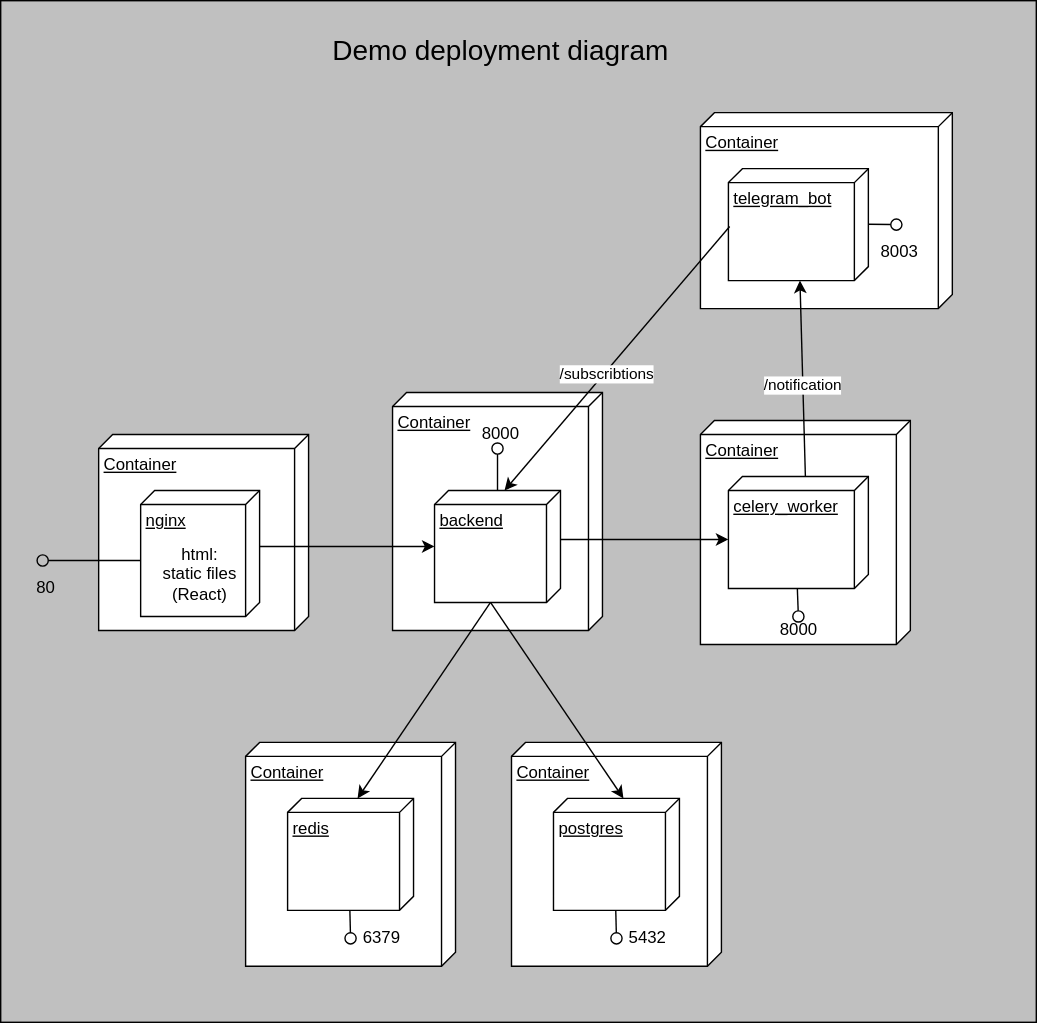
vadzimk/instant-messaging keeps this draw.io diagram as Diagram.svg. Above is the earlier version. Source tidied: cells renumbered, new cells last; positions are measured from the earlier drawing's top-left corner, leaving out a move shared by most shapes.
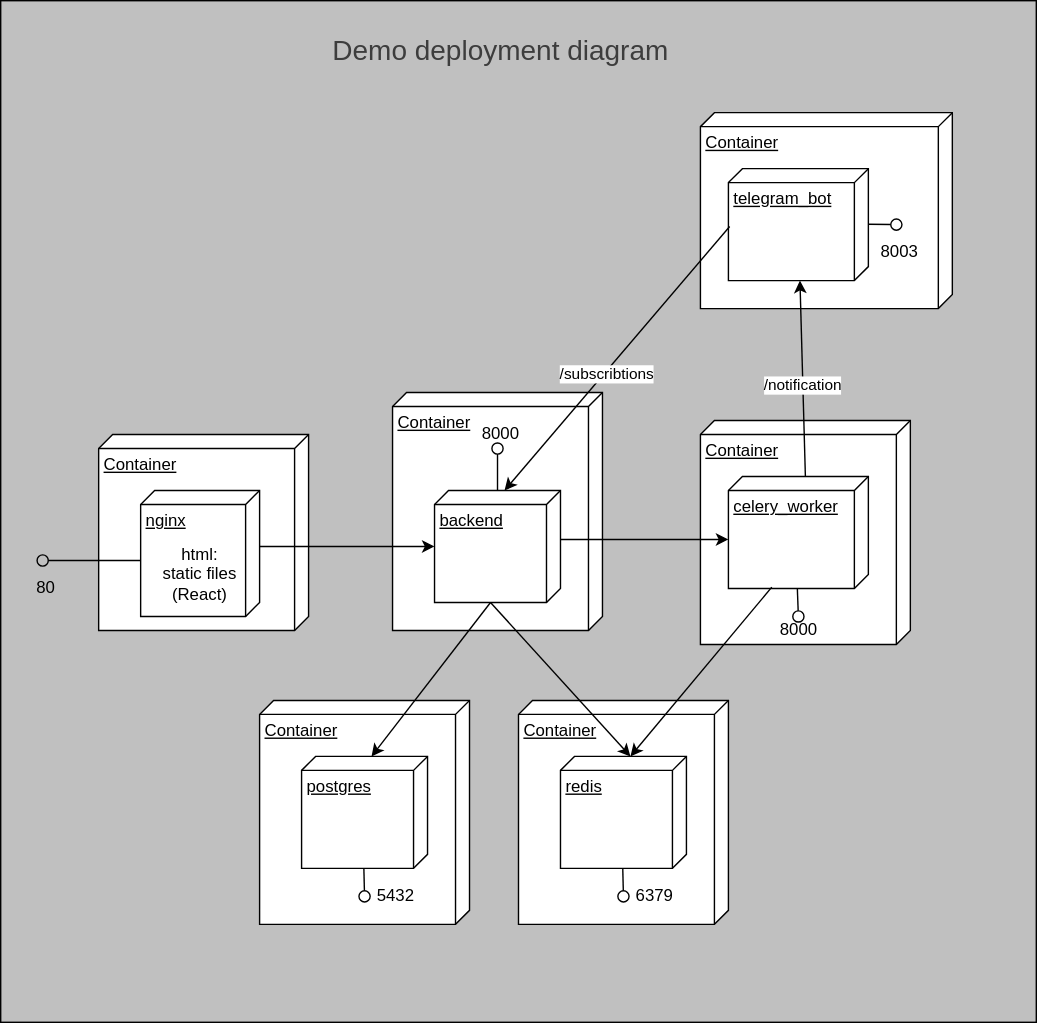
After the change.

What changed in the source:
```diff
@@ -6,16 +6,16 @@
       <mxGeometry width="740" height="730" as="geometry" />
     </mxCell>
     <mxCell id="3" value="Container" style="verticalAlign=top;align=left;spacingTop=8;spacingLeft=2;spacingRight=12;shape=cube;size=10;direction=south;fontStyle=4;html=1;" parent="1" vertex="1">
-      <mxGeometry x="175" y="530" width="150" height="160" as="geometry" />
+      <mxGeometry x="370" y="500" width="150" height="160" as="geometry" />
     </mxCell>
     <mxCell id="4" value="redis" style="verticalAlign=top;align=left;spacingTop=8;spacingLeft=2;spacingRight=12;shape=cube;size=10;direction=south;fontStyle=4;html=1;" parent="1" vertex="1">
-      <mxGeometry x="205" y="570" width="90" height="80" as="geometry" />
+      <mxGeometry x="400" y="540" width="90" height="80" as="geometry" />
     </mxCell>
     <mxCell id="5" value="Container" style="verticalAlign=top;align=left;spacingTop=8;spacingLeft=2;spacingRight=12;shape=cube;size=10;direction=south;fontStyle=4;html=1;" parent="1" vertex="1">
-      <mxGeometry x="365" y="530" width="150" height="160" as="geometry" />
+      <mxGeometry x="185" y="500" width="150" height="160" as="geometry" />
     </mxCell>
     <mxCell id="6" value="postgres" style="verticalAlign=top;align=left;spacingTop=8;spacingLeft=2;spacingRight=12;shape=cube;size=10;direction=south;fontStyle=4;html=1;" parent="1" vertex="1">
-      <mxGeometry x="395" y="570" width="90" height="80" as="geometry" />
+      <mxGeometry x="215" y="540" width="90" height="80" as="geometry" />
     </mxCell>
     <mxCell id="7" value="Container" style="verticalAlign=top;align=left;spacingTop=8;spacingLeft=2;spacingRight=12;shape=cube;size=10;direction=south;fontStyle=4;html=1;" parent="1" vertex="1">
       <mxGeometry x="70" y="310" width="150" height="140" as="geometry" />
@@ -65,7 +65,7 @@
     <mxCell id="22" style="endArrow=classic;html=1;rounded=0;entryX=0;entryY=0;entryDx=0;entryDy=40;entryPerimeter=0;exitX=0;exitY=0;exitDx=80;exitDy=50;exitPerimeter=0;" parent="1" edge="1" source="11" target="6">
       <mxGeometry relative="1" as="geometry" />
     </mxCell>
-    <mxCell id="23" style="endArrow=classic;html=1;rounded=0;entryX=0;entryY=0;entryDx=0;entryDy=40;entryPerimeter=0;exitX=0;exitY=0;exitDx=80;exitDy=50;exitPerimeter=0;" parent="1" edge="1" source="11" target="4">
+    <mxCell id="23" style="endArrow=classic;html=1;rounded=0;exitX=0;exitY=0;exitDx=80;exitDy=50;exitPerimeter=0;entryX=0;entryY=0;entryDx=0;entryDy=40;entryPerimeter=0;" parent="1" edge="1" source="11" target="4">
       <mxGeometry relative="1" as="geometry" />
     </mxCell>
     <mxCell id="24" style="html=1;verticalAlign=bottom;labelBackgroundColor=none;endArrow=oval;endFill=0;endSize=8;rounded=0;exitX=0;exitY=0;exitDx=50;exitDy=85;exitPerimeter=0;" parent="1" edge="1" source="8">
@@ -86,14 +86,14 @@
     </mxCell>
     <mxCell id="27" style="html=1;verticalAlign=bottom;labelBackgroundColor=none;endArrow=oval;endFill=0;endSize=8;rounded=0;" parent="1" edge="1">
       <mxGeometry relative="1" as="geometry">
-        <mxPoint x="249.5" y="650" as="sourcePoint" />
-        <mxPoint x="250" y="670" as="targetPoint" />
+        <mxPoint x="444.5" y="620" as="sourcePoint" />
+        <mxPoint x="445" y="640" as="targetPoint" />
       </mxGeometry>
     </mxCell>
     <mxCell id="28" style="html=1;verticalAlign=bottom;labelBackgroundColor=none;endArrow=oval;endFill=0;endSize=8;rounded=0;" parent="1" edge="1">
       <mxGeometry relative="1" as="geometry">
-        <mxPoint x="439.5" y="650" as="sourcePoint" />
-        <mxPoint x="440" y="670" as="targetPoint" />
+        <mxPoint x="259.5" y="620" as="sourcePoint" />
+        <mxPoint x="260" y="640" as="targetPoint" />
       </mxGeometry>
     </mxCell>
     <mxCell id="29" style="html=1;verticalAlign=bottom;labelBackgroundColor=none;endArrow=oval;endFill=0;endSize=8;rounded=0;" parent="1" edge="1">
@@ -106,10 +106,10 @@
       <mxGeometry x="20" y="410" width="25" height="20" as="geometry" />
     </mxCell>
     <mxCell id="31" value="6379" style="text;html=1;strokeColor=none;fillColor=none;align=center;verticalAlign=middle;whiteSpace=wrap;rounded=0;" parent="1" vertex="1">
-      <mxGeometry x="260" y="660" width="25" height="20" as="geometry" />
+      <mxGeometry x="455" y="630" width="25" height="20" as="geometry" />
     </mxCell>
     <mxCell id="32" value="5432" style="text;html=1;strokeColor=none;fillColor=none;align=center;verticalAlign=middle;whiteSpace=wrap;rounded=0;" parent="1" vertex="1">
-      <mxGeometry x="450" y="660" width="25" height="20" as="geometry" />
+      <mxGeometry x="270" y="630" width="25" height="20" as="geometry" />
     </mxCell>
     <mxCell id="33" value="8000" style="text;html=1;strokeColor=none;fillColor=none;align=center;verticalAlign=middle;whiteSpace=wrap;rounded=0;" parent="1" vertex="1">
       <mxGeometry x="557.5" y="440" width="25" height="20" as="geometry" />
@@ -120,8 +120,11 @@
     <mxCell id="35" value="8000" style="text;html=1;strokeColor=none;fillColor=none;align=center;verticalAlign=middle;whiteSpace=wrap;rounded=0;" parent="1" vertex="1">
       <mxGeometry x="345" y="300" width="25" height="20" as="geometry" />
     </mxCell>
-    <mxCell id="36" value="&lt;font style=&quot;font-size: 20px;&quot;&gt;Demo deployment diagram&lt;/font&gt;" style="text;html=1;strokeColor=none;fillColor=none;align=center;verticalAlign=middle;whiteSpace=wrap;rounded=0;" parent="1" vertex="1">
+    <mxCell id="36" value="&lt;font style=&quot;font-size: 20px;&quot;&gt;Demo deployment diagram&lt;/font&gt;" style="text;html=1;align=center;verticalAlign=middle;whiteSpace=wrap;rounded=0;fontColor=#3D3D3D;" parent="1" vertex="1">
       <mxGeometry x="225" y="20" width="265" height="30" as="geometry" />
     </mxCell>
+    <mxCell id="37" style="endArrow=classic;html=1;rounded=0;exitX=0.988;exitY=0.69;exitDx=0;exitDy=0;exitPerimeter=0;entryX=0;entryY=0;entryDx=0;entryDy=40;entryPerimeter=0;" parent="1" edge="1" source="13" target="4">
+      <mxGeometry relative="1" as="geometry" />
+    </mxCell>
   </root>
 </mxGraphModel>
```
